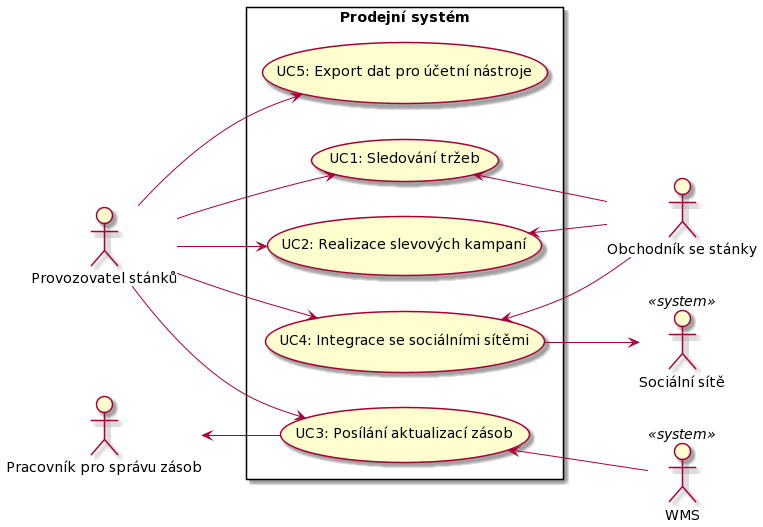
The PlantUML diagram dokumentace architektury/architektura 1/assets/prodejni_system_usecase_diagram.png in MichalMoudry/4IT575-seminarni-prace, before a commit.
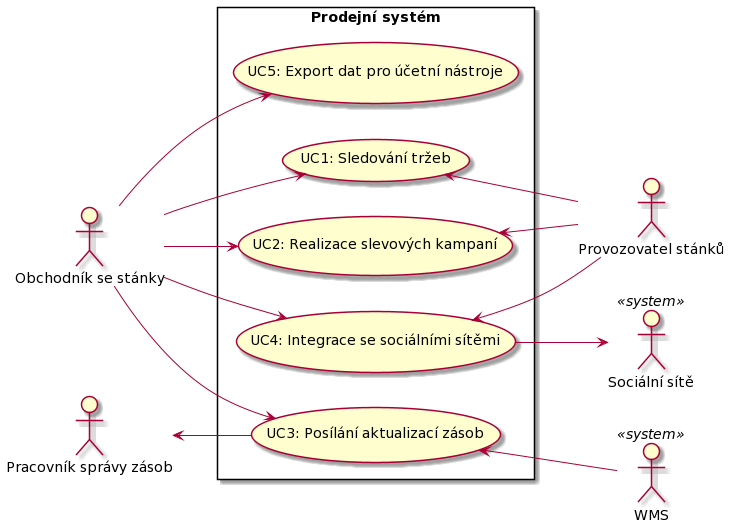
The same diagram one commit later.

Commit message:
Updated component and deployment diagram

What changed in the source:
```diff
@@ -5,7 +5,7 @@
 
 actor "Obchodník se stánky" as obchodnik
 
-actor "Pracovník pro správu zásob" as zasobnik
+actor "Pracovník správy zásob" as zasobnik
 
 actor WMS <<system>>
 
@@ -25,21 +25,21 @@
 
 }
 
-provozovatel --> UC1
+obchodnik --> UC1
 
-provozovatel --> UC2
+obchodnik --> UC2
 
-provozovatel --> UC3
+obchodnik --> UC3
 
-provozovatel --> UC4
+obchodnik --> UC4
 
-provozovatel --> UC5
+obchodnik --> UC5
 
-obchodnik -up-> UC1
+provozovatel -up-> UC1
 
-obchodnik -up-> UC2
+provozovatel -up-> UC2
 
-obchodnik -up-> UC4
+provozovatel -up-> UC4
 
 UC3 <-- WMS
 
```
